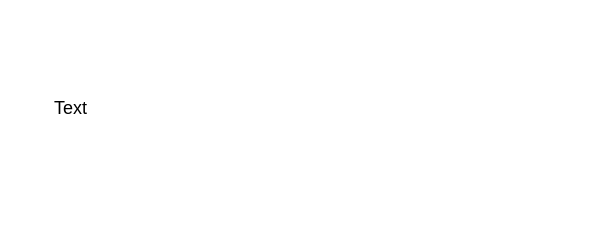
The draw.io diagram Диаграмма без названия.drawio in shelves-medved/diagramms, before the edit. Source tidied: cells renumbered, new cells numbered last; positions are measured from the earlier drawing's top-left corner, leaving out a move shared by most shapes. Both pictures are drawn from the tidied source at 150%, with x=0, y=0 at pixel (26, 86).
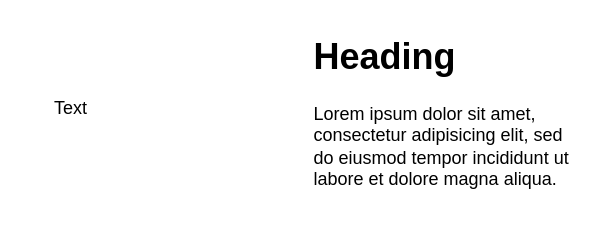
The same page after the edit.

The edit, as a diff of the source:
```diff
@@
 <mxGraphModel>
   <root>
     <mxCell id="0" />
     <mxCell id="1" parent="0" />
     <mxCell id="2" value="Text" style="text;html=1;align=center;verticalAlign=middle;whiteSpace=wrap;rounded=0;" parent="1" vertex="1">
       <mxGeometry width="60" height="30" as="geometry" />
     </mxCell>
+    <mxCell id="3" value="&lt;h1 style=&quot;margin-top: 0px;&quot;&gt;Heading&lt;/h1&gt;&lt;p&gt;Lorem ipsum dolor sit amet, consectetur adipisicing elit, sed do eiusmod tempor incididunt ut labore et dolore magna aliqua.&lt;/p&gt;" style="text;html=1;whiteSpace=wrap;overflow=hidden;rounded=0;" parent="1" vertex="1">
+      <mxGeometry x="190" y="-40" width="180" height="120" as="geometry" />
+    </mxCell>
   </root>
 </mxGraphModel>
```
